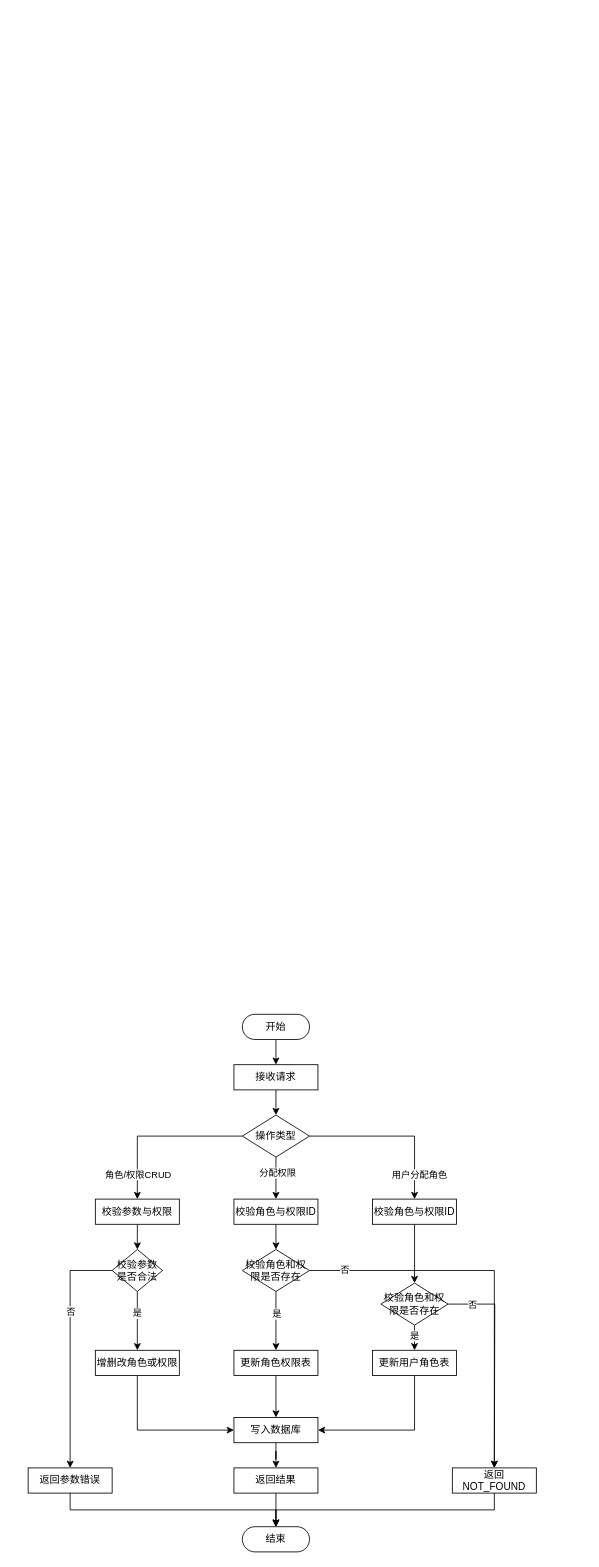
Earlier version of the draw.io diagram page "权限管理模块流程图" (11 of 19) of 题库E-R.drawio (ChenLiheng/question-project). Source tidied: cells renumbered, new cells numbered last; positions are measured from the earlier drawing's top-left corner, leaving out a move shared by most shapes. Both pictures are drawn from the tidied source at 84%, with x=0, y=0 at pixel (28, 1014).
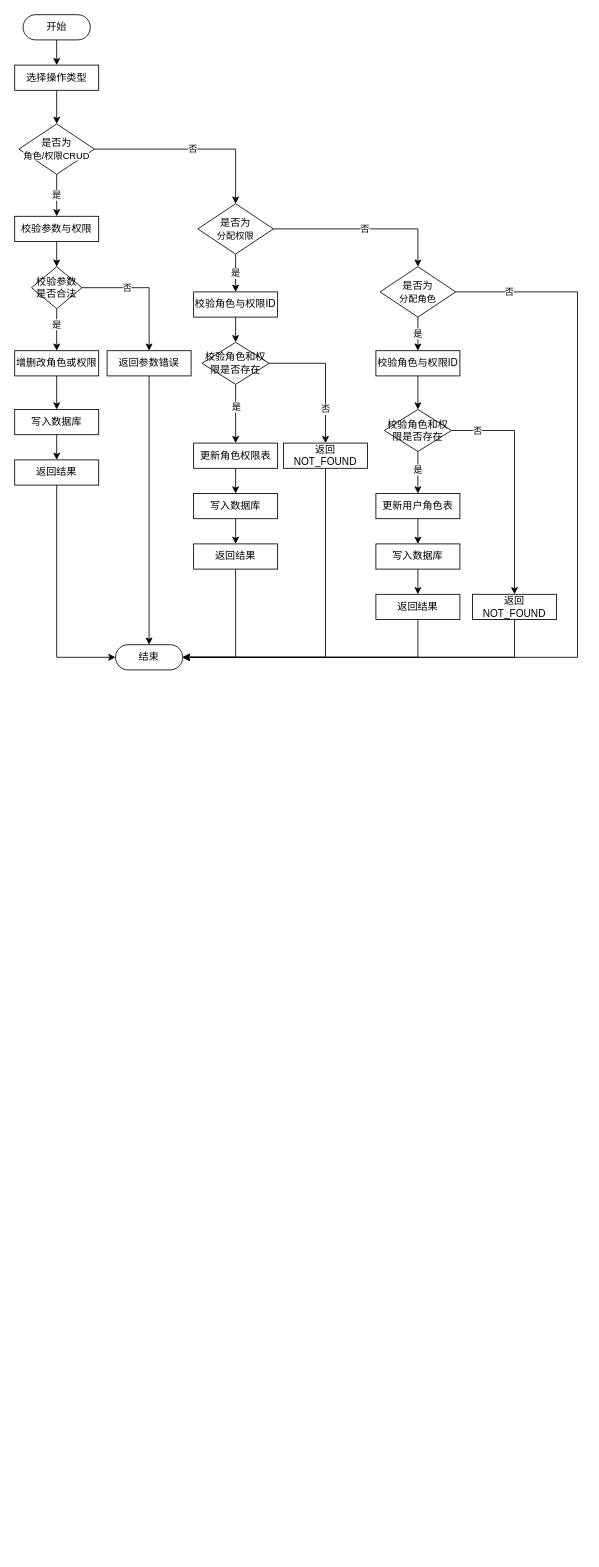
Above is the later version.

Diff of the diagram source:
```diff
@@
+    <mxCell id="49" style="group;" parent="1" vertex="1">
+      <mxGeometry x="-16" y="-1190" width="670" height="780" as="geometry" />
+    </mxCell>
-    <mxCell id="2" style="edgeStyle=orthogonalEdgeStyle;rounded=0;jettySize=auto;html=1;exitX=0.5;exitY=0.5;exitDx=0;exitDy=15;exitPerimeter=0;entryX=0.5;entryY=0;entryDx=0;entryDy=0;" parent="1" edge="1" source="3" target="6">
+    <mxCell id="2" style="edgeStyle=orthogonalEdgeStyle;rounded=0;jettySize=auto;html=1;exitX=0.5;exitY=0.5;exitDx=0;exitDy=15;exitPerimeter=0;entryX=0.5;entryY=0;entryDx=0;entryDy=0;" parent="49" edge="1" source="3" target="6">
       <mxGeometry relative="1" as="geometry" />
     </mxCell>
-    <mxCell id="3" value="开始" style="html=1;dashed=0;whiteSpace=wrap;shape=mxgraph.dfd.start;" parent="1" vertex="1">
-      <mxGeometry x="255" width="80" height="30" as="geometry" />
+    <mxCell id="3" value="开始" style="html=1;dashed=0;whiteSpace=wrap;shape=mxgraph.dfd.start;" parent="49" vertex="1">
+      <mxGeometry x="10" width="80" height="30" as="geometry" />
     </mxCell>
-    <mxCell id="4" value="结束" style="html=1;dashed=0;whiteSpace=wrap;shape=mxgraph.dfd.start;" parent="1" vertex="1">
-      <mxGeometry x="255" y="610" width="80" height="30" as="geometry" />
-    </mxCell>
-    <mxCell id="5" style="edgeStyle=orthogonalEdgeStyle;rounded=0;jettySize=auto;html=1;exitX=0.5;exitY=1;exitDx=0;exitDy=0;entryX=0.5;entryY=0;entryDx=0;entryDy=0;" parent="1" edge="1" source="6" target="13">
-      <mxGeometry relative="1" as="geometry" />
-    </mxCell>
+    <mxCell id="50" style="edgeStyle=orthogonalEdgeStyle;rounded=0;jettySize=auto;html=1;exitX=0.5;exitY=1;exitDx=0;exitDy=0;entryX=0.5;entryY=0;entryDx=0;entryDy=0;" parent="49" edge="1" source="6" target="57">
+      <mxGeometry relative="1" as="geometry" />
+    </mxCell>
-    <mxCell id="6" value="接收请求" style="html=1;dashed=0;whiteSpace=wrap;" parent="1" vertex="1">
-      <mxGeometry x="245" y="60" width="100" height="30" as="geometry" />
+    <mxCell id="6" value="选择操作类型" style="html=1;dashed=0;whiteSpace=wrap;" parent="49" vertex="1">
+      <mxGeometry y="60" width="100" height="30" as="geometry" />
     </mxCell>
-    <mxCell id="7" style="edgeStyle=orthogonalEdgeStyle;rounded=0;jettySize=auto;html=1;exitX=0.5;exitY=1;exitDx=0;exitDy=0;entryX=0.5;entryY=0;entryDx=0;entryDy=0;" parent="1" edge="1" source="13" target="17">
-      <mxGeometry relative="1" as="geometry" />
-    </mxCell>
-    <mxCell id="8" value="分配权限" style="edgeLabel;html=1;align=center;verticalAlign=middle;" parent="7" vertex="1">
-      <mxGeometry x="-0.28" y="1" relative="1" as="geometry" />
-    </mxCell>
-    <mxCell id="9" style="edgeStyle=orthogonalEdgeStyle;rounded=0;jettySize=auto;html=1;exitX=0;exitY=0.5;exitDx=0;exitDy=0;entryX=0.5;entryY=0;entryDx=0;entryDy=0;" parent="1" edge="1" source="13" target="15">
-      <mxGeometry relative="1" as="geometry" />
-    </mxCell>
-    <mxCell id="10" value="角色/权限CRUD" style="edgeLabel;html=1;align=center;verticalAlign=middle;" parent="9" vertex="1">
-      <mxGeometry x="-0.15" relative="1" as="geometry">
-        <mxPoint x="-40" y="45" as="offset" />
-      </mxGeometry>
-    </mxCell>
-    <mxCell id="11" style="edgeStyle=orthogonalEdgeStyle;rounded=0;jettySize=auto;html=1;exitX=1;exitY=0.5;exitDx=0;exitDy=0;entryX=0.5;entryY=0;entryDx=0;entryDy=0;" parent="1" edge="1" source="13" target="19">
-      <mxGeometry relative="1" as="geometry" />
-    </mxCell>
-    <mxCell id="12" value="用户分配角色" style="edgeLabel;html=1;align=center;verticalAlign=middle;" parent="11" vertex="1">
-      <mxGeometry x="-0.48" y="3" relative="1" as="geometry">
-        <mxPoint x="78" y="48" as="offset" />
-      </mxGeometry>
-    </mxCell>
-    <mxCell id="13" value="操作类型" style="shape=rhombus;html=1;dashed=0;whiteSpace=wrap;perimeter=rhombusPerimeter;" parent="1" vertex="1">
-      <mxGeometry x="255" y="120" width="80" height="50" as="geometry" />
-    </mxCell>
-    <mxCell id="14" style="edgeStyle=orthogonalEdgeStyle;rounded=0;jettySize=auto;html=1;exitX=0.5;exitY=1;exitDx=0;exitDy=0;entryX=0.5;entryY=0;entryDx=0;entryDy=0;" parent="1" edge="1" source="15" target="34">
+    <mxCell id="14" style="edgeStyle=orthogonalEdgeStyle;rounded=0;jettySize=auto;html=1;exitX=0.5;exitY=1;exitDx=0;exitDy=0;entryX=0.5;entryY=0;entryDx=0;entryDy=0;" parent="49" edge="1" source="15" target="34">
       <mxGeometry relative="1" as="geometry" />
     </mxCell>
-    <mxCell id="15" value="校验参数与权限" style="html=1;dashed=0;whiteSpace=wrap;" parent="1" vertex="1">
-      <mxGeometry x="80" y="220" width="100" height="30" as="geometry" />
+    <mxCell id="15" value="校验参数与权限" style="html=1;dashed=0;whiteSpace=wrap;" parent="49" vertex="1">
+      <mxGeometry y="240" width="100" height="30" as="geometry" />
     </mxCell>
-    <mxCell id="16" style="edgeStyle=orthogonalEdgeStyle;rounded=0;jettySize=auto;html=1;exitX=0.5;exitY=1;exitDx=0;exitDy=0;entryX=0.5;entryY=0;entryDx=0;entryDy=0;" parent="1" edge="1" source="17" target="41">
+    <mxCell id="16" style="edgeStyle=orthogonalEdgeStyle;rounded=0;jettySize=auto;html=1;exitX=0.5;exitY=1;exitDx=0;exitDy=0;entryX=0.5;entryY=0;entryDx=0;entryDy=0;" parent="49" edge="1" source="17" target="41">
       <mxGeometry relative="1" as="geometry" />
     </mxCell>
-    <mxCell id="17" value="校验角色与权限ID" style="html=1;dashed=0;whiteSpace=wrap;" parent="1" vertex="1">
-      <mxGeometry x="245" y="220" width="100" height="30" as="geometry" />
+    <mxCell id="17" value="校验角色与权限ID" style="html=1;dashed=0;whiteSpace=wrap;" parent="49" vertex="1">
+      <mxGeometry x="213" y="330" width="100" height="30" as="geometry" />
     </mxCell>
-    <mxCell id="18" style="edgeStyle=orthogonalEdgeStyle;rounded=0;jettySize=auto;html=1;exitX=0.5;exitY=1;exitDx=0;exitDy=0;entryX=0.5;entryY=0;entryDx=0;entryDy=0;" parent="1" edge="1" source="19" target="47">
+    <mxCell id="18" style="edgeStyle=orthogonalEdgeStyle;rounded=0;jettySize=auto;html=1;exitX=0.5;exitY=1;exitDx=0;exitDy=0;entryX=0.5;entryY=0;entryDx=0;entryDy=0;" parent="49" edge="1" source="19" target="47">
       <mxGeometry relative="1" as="geometry" />
     </mxCell>
-    <mxCell id="19" value="校验角色与权限ID" style="html=1;dashed=0;whiteSpace=wrap;" parent="1" vertex="1">
-      <mxGeometry x="410" y="220" width="100" height="30" as="geometry" />
+    <mxCell id="19" value="校验角色与权限ID" style="html=1;dashed=0;whiteSpace=wrap;" parent="49" vertex="1">
+      <mxGeometry x="430" y="400" width="100" height="30" as="geometry" />
     </mxCell>
-    <mxCell id="20" style="edgeStyle=orthogonalEdgeStyle;rounded=0;jettySize=auto;html=1;exitX=0.5;exitY=1;exitDx=0;exitDy=0;entryX=0;entryY=0.5;entryDx=0;entryDy=0;" parent="1" edge="1" source="21" target="27">
+    <mxCell id="20" style="edgeStyle=orthogonalEdgeStyle;rounded=0;jettySize=auto;html=1;exitX=0.5;exitY=1;exitDx=0;exitDy=0;entryX=0.5;entryY=0;entryDx=0;entryDy=0;" parent="49" edge="1" source="21" target="27">
       <mxGeometry relative="1" as="geometry" />
     </mxCell>
-    <mxCell id="21" value="增删改角色或权限" style="html=1;dashed=0;whiteSpace=wrap;" parent="1" vertex="1">
-      <mxGeometry x="80" y="400" width="100" height="30" as="geometry" />
+    <mxCell id="21" value="增删改角色或权限" style="html=1;dashed=0;whiteSpace=wrap;" parent="49" vertex="1">
+      <mxGeometry y="400" width="100" height="30" as="geometry" />
     </mxCell>
-    <mxCell id="22" style="edgeStyle=orthogonalEdgeStyle;rounded=0;jettySize=auto;html=1;exitX=0.5;exitY=1;exitDx=0;exitDy=0;entryX=0.5;entryY=0;entryDx=0;entryDy=0;" parent="1" edge="1" source="23" target="27">
-      <mxGeometry relative="1" as="geometry" />
-    </mxCell>
+    <mxCell id="51" style="edgeStyle=orthogonalEdgeStyle;rounded=0;jettySize=auto;html=1;exitX=0.5;exitY=1;exitDx=0;exitDy=0;entryX=0.5;entryY=0;entryDx=0;entryDy=0;" parent="49" edge="1" source="23" target="67">
+      <mxGeometry relative="1" as="geometry" />
+    </mxCell>
-    <mxCell id="23" value="更新角色权限表" style="html=1;dashed=0;whiteSpace=wrap;" parent="1" vertex="1">
-      <mxGeometry x="245" y="400" width="100" height="30" as="geometry" />
+    <mxCell id="23" value="更新角色权限表" style="html=1;dashed=0;whiteSpace=wrap;" parent="49" vertex="1">
+      <mxGeometry x="213" y="510" width="100" height="30" as="geometry" />
     </mxCell>
-    <mxCell id="24" style="edgeStyle=orthogonalEdgeStyle;rounded=0;jettySize=auto;html=1;exitX=0.5;exitY=1;exitDx=0;exitDy=0;entryX=1;entryY=0.5;entryDx=0;entryDy=0;" parent="1" edge="1" source="25" target="27">
-      <mxGeometry relative="1" as="geometry" />
-    </mxCell>
+    <mxCell id="52" style="edgeStyle=orthogonalEdgeStyle;rounded=0;jettySize=auto;html=1;exitX=0.5;exitY=1;exitDx=0;exitDy=0;entryX=0.5;entryY=0;entryDx=0;entryDy=0;" parent="49" edge="1" source="25" target="72">
+      <mxGeometry relative="1" as="geometry" />
+    </mxCell>
-    <mxCell id="25" value="更新用户角色表" style="html=1;dashed=0;whiteSpace=wrap;" parent="1" vertex="1">
-      <mxGeometry x="410" y="400" width="100" height="30" as="geometry" />
+    <mxCell id="25" value="更新用户角色表" style="html=1;dashed=0;whiteSpace=wrap;" parent="49" vertex="1">
+      <mxGeometry x="430" y="570" width="100" height="30" as="geometry" />
     </mxCell>
-    <mxCell id="26" style="edgeStyle=orthogonalEdgeStyle;rounded=0;jettySize=auto;html=1;exitX=0.5;exitY=1;exitDx=0;exitDy=0;" parent="1" edge="1" source="27" target="28">
-      <mxGeometry relative="1" as="geometry" />
-    </mxCell>
+    <mxCell id="53" style="edgeStyle=orthogonalEdgeStyle;rounded=0;jettySize=auto;html=1;exitX=0.5;exitY=1;exitDx=0;exitDy=0;entryX=0.5;entryY=0;entryDx=0;entryDy=0;" parent="49" edge="1" source="27" target="63">
+      <mxGeometry relative="1" as="geometry" />
+    </mxCell>
-    <mxCell id="27" value="写入数据库" style="html=1;dashed=0;whiteSpace=wrap;" parent="1" vertex="1">
-      <mxGeometry x="245" y="480" width="100" height="30" as="geometry" />
+    <mxCell id="27" value="写入数据库" style="html=1;dashed=0;whiteSpace=wrap;" parent="49" vertex="1">
+      <mxGeometry y="470" width="100" height="30" as="geometry" />
     </mxCell>
-    <mxCell id="28" value="返回结果" style="html=1;dashed=0;whiteSpace=wrap;" parent="1" vertex="1">
-      <mxGeometry x="245" y="540" width="100" height="30" as="geometry" />
-    </mxCell>
-    <mxCell id="29" style="edgeStyle=orthogonalEdgeStyle;rounded=0;jettySize=auto;html=1;exitX=0.5;exitY=1;exitDx=0;exitDy=0;entryX=0.5;entryY=0.5;entryDx=0;entryDy=-15;entryPerimeter=0;" parent="1" edge="1" source="28" target="4">
-      <mxGeometry relative="1" as="geometry" />
-    </mxCell>
-    <mxCell id="30" style="edgeStyle=orthogonalEdgeStyle;rounded=0;jettySize=auto;html=1;exitX=0.5;exitY=1;exitDx=0;exitDy=0;entryX=0.5;entryY=0;entryDx=0;entryDy=0;" parent="1" edge="1" source="34" target="21">
+    <mxCell id="30" style="edgeStyle=orthogonalEdgeStyle;rounded=0;jettySize=auto;html=1;exitX=0.5;exitY=1;exitDx=0;exitDy=0;entryX=0.5;entryY=0;entryDx=0;entryDy=0;" parent="49" edge="1" source="34" target="21">
       <mxGeometry relative="1" as="geometry" />
     </mxCell>
@@
-    <mxCell id="32" style="edgeStyle=orthogonalEdgeStyle;rounded=0;jettySize=auto;html=1;exitX=0;exitY=0.5;exitDx=0;exitDy=0;entryX=0.5;entryY=0;entryDx=0;entryDy=0;" parent="1" edge="1" source="34" target="35">
+    <mxCell id="32" style="edgeStyle=orthogonalEdgeStyle;rounded=0;jettySize=auto;html=1;exitX=1;exitY=0.5;exitDx=0;exitDy=0;entryX=0.5;entryY=0;entryDx=0;entryDy=0;" parent="49" edge="1" source="34" target="35">
       <mxGeometry relative="1" as="geometry" />
     </mxCell>
@@
-    <mxCell id="34" value="校验参数是否合法" style="shape=rhombus;html=1;dashed=0;whiteSpace=wrap;perimeter=rhombusPerimeter;" parent="1" vertex="1">
-      <mxGeometry x="100" y="280" width="60" height="50" as="geometry" />
+    <mxCell id="34" value="校验参数是否合法" style="shape=rhombus;html=1;dashed=0;whiteSpace=wrap;perimeter=rhombusPerimeter;" parent="49" vertex="1">
+      <mxGeometry x="20" y="300" width="60" height="50" as="geometry" />
     </mxCell>
+    <mxCell id="36" style="edgeStyle=orthogonalEdgeStyle;rounded=0;jettySize=auto;html=1;exitX=0.5;exitY=1;exitDx=0;exitDy=0;" parent="49" edge="1" source="35" target="4">
+      <mxGeometry relative="1" as="geometry" />
+    </mxCell>
-    <mxCell id="35" value="返回参数错误" style="html=1;dashed=0;whiteSpace=wrap;" parent="1" vertex="1">
-      <mxGeometry y="540" width="100" height="30" as="geometry" />
+    <mxCell id="35" value="返回参数错误" style="html=1;dashed=0;whiteSpace=wrap;" parent="49" vertex="1">
+      <mxGeometry x="110" y="400" width="100" height="30" as="geometry" />
     </mxCell>
-    <mxCell id="36" style="edgeStyle=orthogonalEdgeStyle;rounded=0;jettySize=auto;html=1;exitX=0.5;exitY=1;exitDx=0;exitDy=0;entryX=0.5;entryY=0.5;entryDx=0;entryDy=-15;entryPerimeter=0;" parent="1" edge="1" source="35" target="4">
-      <mxGeometry relative="1" as="geometry" />
-    </mxCell>
-    <mxCell id="37" style="edgeStyle=orthogonalEdgeStyle;rounded=0;jettySize=auto;html=1;exitX=0.5;exitY=1;exitDx=0;exitDy=0;" parent="1" edge="1" source="41" target="23">
+    <mxCell id="37" style="edgeStyle=orthogonalEdgeStyle;rounded=0;jettySize=auto;html=1;exitX=0.5;exitY=1;exitDx=0;exitDy=0;" parent="49" edge="1" source="41" target="23">
       <mxGeometry relative="1" as="geometry" />
     </mxCell>
@@
-    <mxCell id="39" style="edgeStyle=orthogonalEdgeStyle;rounded=0;jettySize=auto;html=1;exitX=1;exitY=0.5;exitDx=0;exitDy=0;entryX=0.5;entryY=0;entryDx=0;entryDy=0;" parent="1" edge="1" source="41" target="42">
-      <mxGeometry relative="1" as="geometry" />
-    </mxCell>
-    <mxCell id="40" value="否" style="edgeLabel;html=1;align=center;verticalAlign=middle;" parent="39" vertex="1">
-      <mxGeometry x="-0.82" y="1" relative="1" as="geometry" />
-    </mxCell>
+    <mxCell id="54" value="否" style="edgeStyle=orthogonalEdgeStyle;rounded=0;jettySize=auto;html=1;exitX=1;exitY=0.5;exitDx=0;exitDy=0;entryX=0.5;entryY=0;entryDx=0;entryDy=0;" parent="49" edge="1" source="41" target="65">
+      <mxGeometry x="0.51" relative="1" as="geometry" />
+    </mxCell>
-    <mxCell id="41" value="校验角色和权限是否存在" style="shape=rhombus;html=1;dashed=0;whiteSpace=wrap;perimeter=rhombusPerimeter;" parent="1" vertex="1">
-      <mxGeometry x="255" y="280" width="80" height="50" as="geometry" />
+    <mxCell id="41" value="校验角色和权限是否存在" style="shape=rhombus;html=1;dashed=0;whiteSpace=wrap;perimeter=rhombusPerimeter;" parent="49" vertex="1">
+      <mxGeometry x="223" y="390" width="80" height="50" as="geometry" />
     </mxCell>
-    <mxCell id="42" value="返回NOT_FOUND" style="html=1;dashed=0;whiteSpace=wrap;" parent="1" vertex="1">
-      <mxGeometry x="505" y="540" width="100" height="30" as="geometry" />
+    <mxCell id="42" value="返回NOT_FOUND" style="html=1;dashed=0;whiteSpace=wrap;" parent="49" vertex="1">
+      <mxGeometry x="545" y="690" width="100" height="30" as="geometry" />
     </mxCell>
-    <mxCell id="43" style="edgeStyle=orthogonalEdgeStyle;rounded=0;jettySize=auto;html=1;exitX=0.5;exitY=1;exitDx=0;exitDy=0;entryX=0.5;entryY=0;entryDx=0;entryDy=0;" parent="1" edge="1" source="47" target="25">
+    <mxCell id="43" style="edgeStyle=orthogonalEdgeStyle;rounded=0;jettySize=auto;html=1;exitX=0.5;exitY=1;exitDx=0;exitDy=0;entryX=0.5;entryY=0;entryDx=0;entryDy=0;" parent="49" edge="1" source="47" target="25">
       <mxGeometry relative="1" as="geometry" />
     </mxCell>
@@
-    <mxCell id="45" style="edgeStyle=orthogonalEdgeStyle;rounded=0;jettySize=auto;html=1;exitX=1;exitY=0.5;exitDx=0;exitDy=0;" parent="1" edge="1" source="47">
-      <mxGeometry relative="1" as="geometry">
-        <mxPoint x="555" y="540" as="targetPoint" />
-      </mxGeometry>
+    <mxCell id="45" style="edgeStyle=orthogonalEdgeStyle;rounded=0;jettySize=auto;html=1;exitX=1;exitY=0.5;exitDx=0;exitDy=0;entryX=0.5;entryY=0;entryDx=0;entryDy=0;" parent="49" edge="1" source="47" target="42">
+      <mxGeometry relative="1" as="geometry" />
     </mxCell>
@@
-    <mxCell id="47" value="校验角色和权限是否存在" style="shape=rhombus;html=1;dashed=0;whiteSpace=wrap;perimeter=rhombusPerimeter;" parent="1" vertex="1">
-      <mxGeometry x="420" y="320" width="80" height="50" as="geometry" />
+    <mxCell id="47" value="校验角色和权限是否存在" style="shape=rhombus;html=1;dashed=0;whiteSpace=wrap;perimeter=rhombusPerimeter;" parent="49" vertex="1">
+      <mxGeometry x="440" y="470" width="80" height="50" as="geometry" />
     </mxCell>
+    <mxCell id="55" value="是" style="edgeStyle=orthogonalEdgeStyle;rounded=0;jettySize=auto;html=1;exitX=0.5;exitY=1;exitDx=0;exitDy=0;entryX=0.5;entryY=0;entryDx=0;entryDy=0;" parent="49" edge="1" source="57" target="15">
+      <mxGeometry relative="1" as="geometry" />
+    </mxCell>
+    <mxCell id="56" value="否" style="edgeStyle=orthogonalEdgeStyle;rounded=0;jettySize=auto;html=1;exitX=1;exitY=0.5;exitDx=0;exitDy=0;entryX=0.5;entryY=0;entryDx=0;entryDy=0;" parent="49" edge="1" source="57" target="60">
+      <mxGeometry relative="1" as="geometry" />
+    </mxCell>
+    <mxCell id="57" value="是否为&lt;span style=&quot;font-size: 11px; text-wrap-mode: nowrap; background-color: rgb(255, 255, 255);&quot;&gt;角色/权限CRUD&lt;/span&gt;" style="shape=rhombus;html=1;dashed=0;whiteSpace=wrap;perimeter=rhombusPerimeter;" parent="49" vertex="1">
+      <mxGeometry x="5" y="130" width="90" height="60" as="geometry" />
+    </mxCell>
+    <mxCell id="58" value="否" style="edgeStyle=orthogonalEdgeStyle;rounded=0;jettySize=auto;html=1;exitX=1;exitY=0.5;exitDx=0;exitDy=0;entryX=0.5;entryY=0;entryDx=0;entryDy=0;" parent="49" edge="1" source="60" target="62">
+      <mxGeometry relative="1" as="geometry" />
+    </mxCell>
+    <mxCell id="59" value="是" style="edgeStyle=orthogonalEdgeStyle;rounded=0;jettySize=auto;html=1;exitX=0.5;exitY=1;exitDx=0;exitDy=0;entryX=0.5;entryY=0;entryDx=0;entryDy=0;" parent="49" edge="1" source="60" target="17">
+      <mxGeometry relative="1" as="geometry" />
+    </mxCell>
+    <mxCell id="60" value="是否为&lt;div&gt;&lt;span style=&quot;font-size: 11px; text-wrap-mode: nowrap; background-color: rgb(255, 255, 255);&quot;&gt;分配权限&lt;/span&gt;&lt;/div&gt;" style="shape=rhombus;html=1;dashed=0;whiteSpace=wrap;perimeter=rhombusPerimeter;" parent="49" vertex="1">
+      <mxGeometry x="218" y="225" width="90" height="60" as="geometry" />
+    </mxCell>
+    <mxCell id="61" value="是" style="edgeStyle=orthogonalEdgeStyle;rounded=0;jettySize=auto;html=1;exitX=0.5;exitY=1;exitDx=0;exitDy=0;" parent="49" edge="1" source="62" target="19">
+      <mxGeometry relative="1" as="geometry" />
+    </mxCell>
+    <mxCell id="62" value="是否为&lt;div&gt;&lt;span style=&quot;font-size: 11px; text-wrap-mode: nowrap; background-color: rgb(255, 255, 255);&quot;&gt;分配角色&lt;/span&gt;&lt;/div&gt;" style="shape=rhombus;html=1;dashed=0;whiteSpace=wrap;perimeter=rhombusPerimeter;" parent="49" vertex="1">
+      <mxGeometry x="435" y="300" width="90" height="60" as="geometry" />
+    </mxCell>
+    <mxCell id="63" value="返回结果" style="html=1;dashed=0;whiteSpace=wrap;" parent="49" vertex="1">
+      <mxGeometry y="530" width="100" height="30" as="geometry" />
+    </mxCell>
+    <mxCell id="4" value="结束" style="html=1;dashed=0;whiteSpace=wrap;shape=mxgraph.dfd.start;" parent="49" vertex="1">
+      <mxGeometry x="120" y="750" width="80" height="30" as="geometry" />
+    </mxCell>
+    <mxCell id="64" style="edgeStyle=orthogonalEdgeStyle;rounded=0;jettySize=auto;html=1;exitX=0.5;exitY=1;exitDx=0;exitDy=0;entryX=0;entryY=0.5;entryDx=0;entryDy=0;entryPerimeter=0;" parent="49" edge="1" source="63" target="4">
+      <mxGeometry relative="1" as="geometry" />
+    </mxCell>
+    <mxCell id="65" value="返回NOT_FOUND" style="html=1;dashed=0;whiteSpace=wrap;" parent="49" vertex="1">
+      <mxGeometry x="320" y="510" width="100" height="30" as="geometry" />
+    </mxCell>
+    <mxCell id="66" style="edgeStyle=orthogonalEdgeStyle;rounded=0;jettySize=auto;html=1;exitX=0.5;exitY=1;exitDx=0;exitDy=0;entryX=0.5;entryY=0;entryDx=0;entryDy=0;" parent="49" edge="1" source="67" target="68">
+      <mxGeometry relative="1" as="geometry" />
+    </mxCell>
+    <mxCell id="67" value="写入数据库" style="html=1;dashed=0;whiteSpace=wrap;" parent="49" vertex="1">
+      <mxGeometry x="213" y="570" width="100" height="30" as="geometry" />
+    </mxCell>
+    <mxCell id="68" value="返回结果" style="html=1;dashed=0;whiteSpace=wrap;" parent="49" vertex="1">
+      <mxGeometry x="213" y="630" width="100" height="30" as="geometry" />
+    </mxCell>
+    <mxCell id="69" style="edgeStyle=orthogonalEdgeStyle;rounded=0;jettySize=auto;html=1;exitX=0.5;exitY=1;exitDx=0;exitDy=0;entryX=1;entryY=0.5;entryDx=0;entryDy=0;entryPerimeter=0;" parent="49" edge="1" source="68" target="4">
+      <mxGeometry relative="1" as="geometry" />
+    </mxCell>
+    <mxCell id="70" style="edgeStyle=orthogonalEdgeStyle;rounded=0;jettySize=auto;html=1;exitX=0.5;exitY=1;exitDx=0;exitDy=0;entryX=1;entryY=0.5;entryDx=0;entryDy=0;entryPerimeter=0;" parent="49" edge="1" source="65" target="4">
+      <mxGeometry relative="1" as="geometry" />
+    </mxCell>
+    <mxCell id="71" style="edgeStyle=orthogonalEdgeStyle;rounded=0;jettySize=auto;html=1;exitX=0.5;exitY=1;exitDx=0;exitDy=0;entryX=0.5;entryY=0;entryDx=0;entryDy=0;" parent="49" edge="1" source="72" target="73">
+      <mxGeometry relative="1" as="geometry" />
+    </mxCell>
+    <mxCell id="72" value="写入数据库" style="html=1;dashed=0;whiteSpace=wrap;" parent="49" vertex="1">
+      <mxGeometry x="430" y="630" width="100" height="30" as="geometry" />
+    </mxCell>
+    <mxCell id="73" value="返回结果" style="html=1;dashed=0;whiteSpace=wrap;" parent="49" vertex="1">
+      <mxGeometry x="430" y="690" width="100" height="30" as="geometry" />
+    </mxCell>
+    <mxCell id="74" style="edgeStyle=orthogonalEdgeStyle;rounded=0;jettySize=auto;html=1;exitX=0.5;exitY=1;exitDx=0;exitDy=0;entryX=1;entryY=0.5;entryDx=0;entryDy=0;entryPerimeter=0;" parent="49" edge="1" source="73" target="4">
+      <mxGeometry relative="1" as="geometry" />
+    </mxCell>
-    <mxCell id="48" style="edgeStyle=orthogonalEdgeStyle;rounded=0;jettySize=auto;html=1;exitX=0.5;exitY=1;exitDx=0;exitDy=0;entryX=0.5;entryY=0.5;entryDx=0;entryDy=-15;entryPerimeter=0;" parent="1" edge="1" source="42" target="4">
+    <mxCell id="48" style="edgeStyle=orthogonalEdgeStyle;rounded=0;jettySize=auto;html=1;exitX=0.5;exitY=1;exitDx=0;exitDy=0;entryX=1;entryY=0.5;entryDx=0;entryDy=0;entryPerimeter=0;" parent="49" edge="1" source="42" target="4">
       <mxGeometry relative="1" as="geometry" />
     </mxCell>
+    <mxCell id="75" value="否" style="edgeStyle=orthogonalEdgeStyle;rounded=0;jettySize=auto;html=1;exitX=1;exitY=0.5;exitDx=0;exitDy=0;entryX=1;entryY=0.5;entryDx=0;entryDy=0;entryPerimeter=0;" parent="49" edge="1" source="62" target="4">
+      <mxGeometry x="-0.88" relative="1" as="geometry">
+        <Array as="points">
+          <mxPoint x="670" y="330" />
+          <mxPoint x="670" y="765" />
+        </Array>
+        <mxPoint x="1" as="offset" />
+      </mxGeometry>
+    </mxCell>
```
